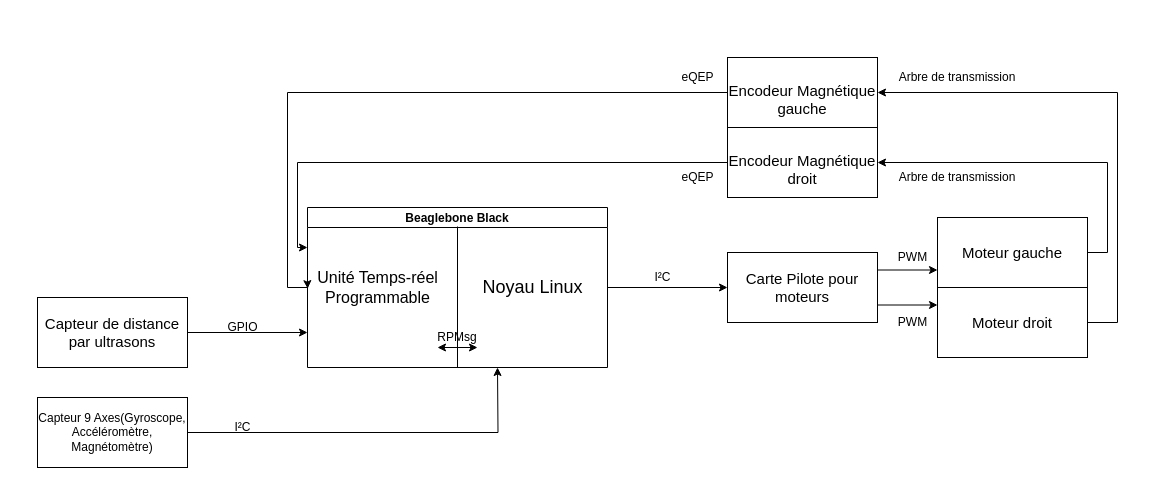
Earlier version of the draw.io diagram page "Page-2" (2 of 4) of search/Untitled Diagram.drawio (YKhimage1/libnx). Source tidied: cells renumbered, new cells numbered last; positions are measured from the earlier drawing's top-left corner, leaving out a move shared by most shapes. Both pictures are drawn from the tidied source at 100%, with x=0, y=0 at pixel (37, 57).
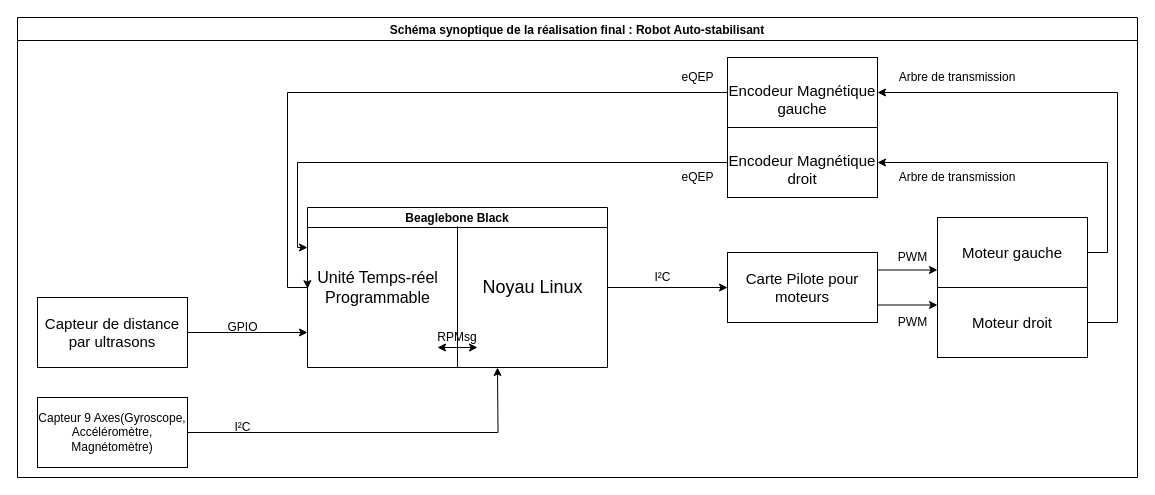
After the change.

Change to the diagram source:
```diff
@@
+    <mxCell id="33" value="Schéma synoptique de la réalisation final : Robot Auto-stabilisant" style="swimlane;" parent="1" vertex="1">
+      <mxGeometry x="-20" y="-40" width="1120" height="460" as="geometry" />
+    </mxCell>
```
